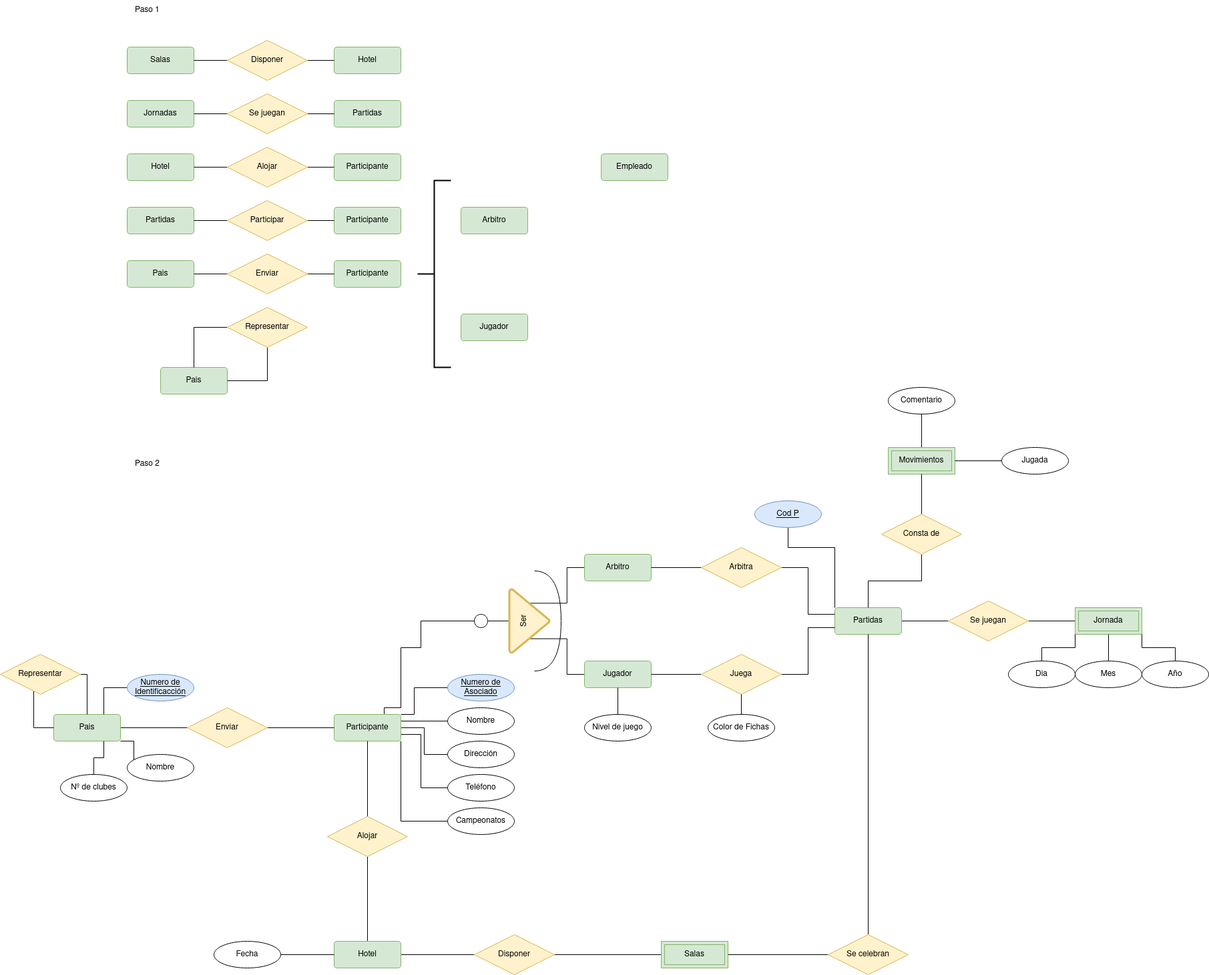
The draw.io diagram tareas base de datos/Actividades_Esquemas/Actividades_Esquemas/ejercicio_9.drawio.png in Angel-L-G/Base-Datos, before a commit. Source tidied: cells renumbered, new cells last; positions are measured from the earlier drawing's top-left corner, leaving out a move shared by most shapes.
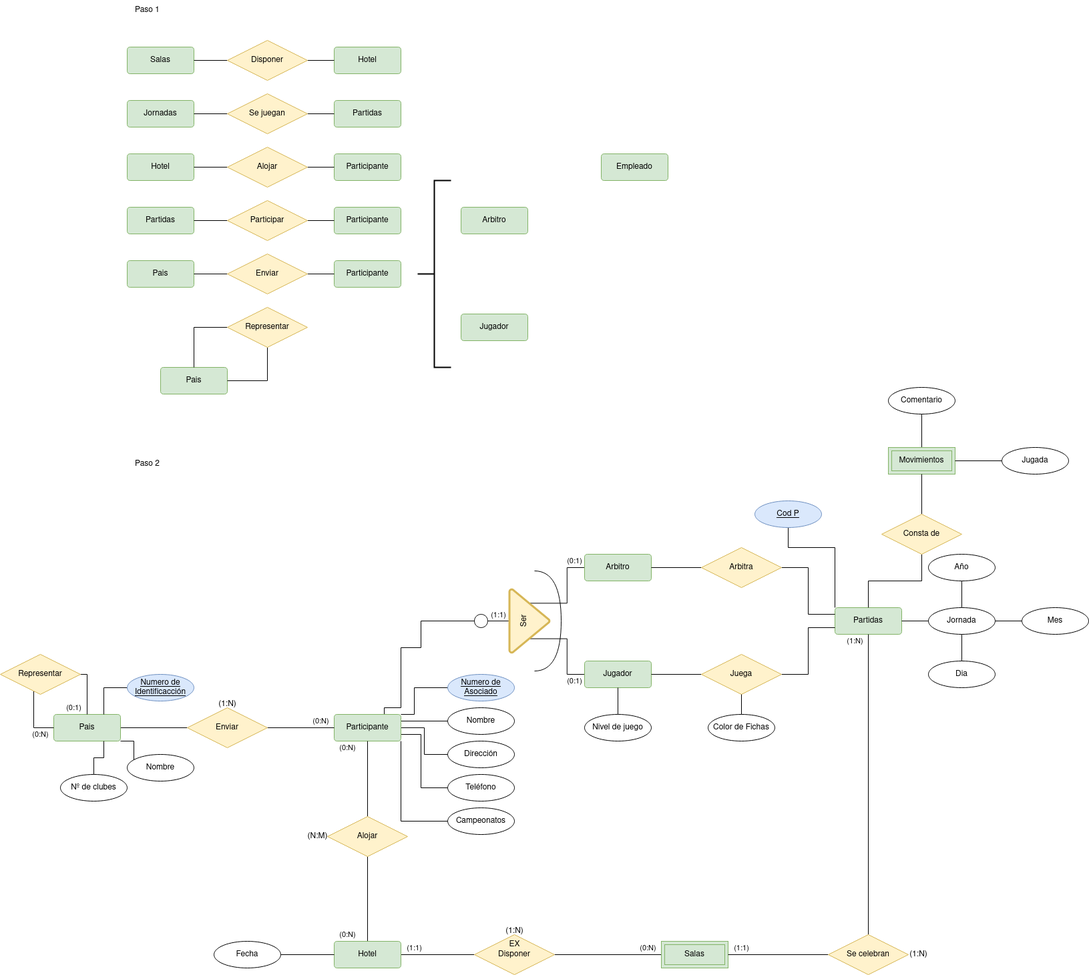
The same diagram one commit later.

The edit, as a diff of the source:
```diff
@@ -22,11 +22,11 @@
     <mxCell id="6" value="Empleado" style="rounded=1;arcSize=10;whiteSpace=wrap;html=1;align=center;fillColor=#d5e8d4;strokeColor=#82b366;strokeWidth=1;direction=west;" parent="1" vertex="1">
       <mxGeometry x="900" y="230" width="100" height="40" as="geometry" />
     </mxCell>
-    <mxCell id="7" style="edgeStyle=orthogonalEdgeStyle;rounded=0;jettySize=auto;html=1;entryX=1;entryY=0.5;entryDx=0;entryDy=0;endArrow=none;endFill=0;exitX=0.22;exitY=0.5;exitDx=0;exitDy=0;exitPerimeter=0;" parent="1" edge="1" source="10" target="58">
-      <mxGeometry relative="1" as="geometry" />
+    <mxCell id="7" value="(0:1)" style="edgeStyle=orthogonalEdgeStyle;rounded=0;jettySize=auto;html=1;entryX=1;entryY=0.5;entryDx=0;entryDy=0;endArrow=none;endFill=0;exitX=0.22;exitY=0.5;exitDx=0;exitDy=0;exitPerimeter=0;" parent="1" edge="1" source="10" target="58">
+      <mxGeometry x="0.78" y="10" relative="1" as="geometry" />
     </mxCell>
-    <mxCell id="8" style="edgeStyle=orthogonalEdgeStyle;rounded=0;jettySize=auto;html=1;entryX=1;entryY=0.5;entryDx=0;entryDy=0;endArrow=none;endFill=0;exitX=0.78;exitY=0.5;exitDx=0;exitDy=0;exitPerimeter=0;" parent="1" edge="1" source="10" target="57">
-      <mxGeometry relative="1" as="geometry" />
+    <mxCell id="8" value="(0:1)" style="edgeStyle=orthogonalEdgeStyle;rounded=0;jettySize=auto;html=1;entryX=1;entryY=0.5;entryDx=0;entryDy=0;endArrow=none;endFill=0;exitX=0.78;exitY=0.5;exitDx=0;exitDy=0;exitPerimeter=0;" parent="1" edge="1" source="10" target="57">
+      <mxGeometry x="0.78" y="-10" relative="1" as="geometry" />
     </mxCell>
     <mxCell id="9" style="edgeStyle=orthogonalEdgeStyle;rounded=0;jettySize=auto;html=1;entryX=1;entryY=0.5;entryDx=0;entryDy=0;entryPerimeter=0;endArrow=none;endFill=0;" parent="1" edge="1" source="10" target="11">
       <mxGeometry relative="1" as="geometry" />
@@ -177,14 +177,19 @@
         </Array>
       </mxGeometry>
     </mxCell>
+    <mxCell id="114" value="(1:1)" style="edgeLabel;html=1;align=center;verticalAlign=middle;" parent="52" vertex="1">
+      <mxGeometry x="0.59" y="2" relative="1" as="geometry">
+        <mxPoint x="92" y="-8" as="offset" />
+      </mxGeometry>
+    </mxCell>
     <mxCell id="53" value="Participante" style="rounded=1;arcSize=10;whiteSpace=wrap;html=1;align=center;fillColor=#d5e8d4;strokeColor=#82b366;strokeWidth=1;direction=west;" parent="1" vertex="1">
       <mxGeometry x="500" y="1070" width="100" height="40" as="geometry" />
     </mxCell>
     <mxCell id="54" style="edgeStyle=orthogonalEdgeStyle;rounded=0;jettySize=auto;html=1;entryX=0;entryY=0.5;entryDx=0;entryDy=0;endArrow=none;endFill=0;" parent="1" edge="1" source="56" target="59">
       <mxGeometry relative="1" as="geometry" />
     </mxCell>
-    <mxCell id="55" style="edgeStyle=orthogonalEdgeStyle;rounded=0;jettySize=auto;html=1;entryX=1;entryY=0.5;entryDx=0;entryDy=0;endArrow=none;endFill=0;" parent="1" edge="1" source="56" target="53">
-      <mxGeometry relative="1" as="geometry" />
+    <mxCell id="55" value="(0:N)" style="edgeStyle=orthogonalEdgeStyle;rounded=0;jettySize=auto;html=1;entryX=1;entryY=0.5;entryDx=0;entryDy=0;endArrow=none;endFill=0;" parent="1" edge="1" source="56" target="53">
+      <mxGeometry x="0.6" y="10" relative="1" as="geometry" />
     </mxCell>
     <mxCell id="56" value="Enviar" style="shape=rhombus;perimeter=rhombusPerimeter;whiteSpace=wrap;html=1;align=center;fillColor=#fff2cc;strokeColor=#d6b656;" parent="1" vertex="1">
       <mxGeometry x="280" y="1060" width="120" height="60" as="geometry" />
@@ -198,15 +203,15 @@
     <mxCell id="59" value="Pais" style="rounded=1;arcSize=10;whiteSpace=wrap;html=1;align=center;fillColor=#d5e8d4;strokeColor=#82b366;strokeWidth=1;direction=west;" parent="1" vertex="1">
       <mxGeometry x="80" y="1070" width="100" height="40" as="geometry" />
     </mxCell>
-    <mxCell id="60" style="edgeStyle=orthogonalEdgeStyle;rounded=0;jettySize=auto;html=1;entryX=0.5;entryY=1;entryDx=0;entryDy=0;endArrow=none;endFill=0;" parent="1" edge="1" source="62" target="59">
-      <mxGeometry relative="1" as="geometry">
+    <mxCell id="60" value="(0:1)" style="edgeStyle=orthogonalEdgeStyle;rounded=0;jettySize=auto;html=1;entryX=0.5;entryY=1;entryDx=0;entryDy=0;endArrow=none;endFill=0;" parent="1" edge="1" source="62" target="59">
+      <mxGeometry x="0.71" y="-20" relative="1" as="geometry">
         <Array as="points">
           <mxPoint x="130" y="1010" />
         </Array>
       </mxGeometry>
     </mxCell>
-    <mxCell id="61" style="edgeStyle=orthogonalEdgeStyle;rounded=0;jettySize=auto;html=1;entryX=1;entryY=0.5;entryDx=0;entryDy=0;endArrow=none;endFill=0;" parent="1" edge="1" source="62" target="59">
-      <mxGeometry relative="1" as="geometry">
+    <mxCell id="61" value="(0:N)" style="edgeStyle=orthogonalEdgeStyle;rounded=0;jettySize=auto;html=1;entryX=1;entryY=0.5;entryDx=0;entryDy=0;endArrow=none;endFill=0;" parent="1" edge="1" source="62" target="59">
+      <mxGeometry x="0.53" y="-10" relative="1" as="geometry">
         <Array as="points">
           <mxPoint x="50" y="1090" />
         </Array>
@@ -215,9 +220,6 @@
     <mxCell id="62" value="Representar" style="shape=rhombus;perimeter=rhombusPerimeter;whiteSpace=wrap;html=1;align=center;fillColor=#fff2cc;strokeColor=#d6b656;" parent="1" vertex="1">
       <mxGeometry y="980" width="120" height="60" as="geometry" />
     </mxCell>
-    <mxCell id="63" style="edgeStyle=orthogonalEdgeStyle;rounded=0;jettySize=auto;html=1;entryX=0;entryY=0.5;entryDx=0;entryDy=0;endArrow=none;endFill=0;" parent="1" edge="1" source="65" target="74">
-      <mxGeometry relative="1" as="geometry" />
-    </mxCell>
     <mxCell id="64" style="edgeStyle=orthogonalEdgeStyle;rounded=0;jettySize=auto;html=1;entryX=0.5;entryY=1;entryDx=0;entryDy=0;endArrow=none;endFill=0;" parent="1" edge="1" source="65" target="83">
       <mxGeometry relative="1" as="geometry">
         <Array as="points">
@@ -229,33 +231,27 @@
     <mxCell id="65" value="Partidas" style="rounded=1;arcSize=10;whiteSpace=wrap;html=1;align=center;fillColor=#d5e8d4;strokeColor=#82b366;strokeWidth=1;direction=west;" parent="1" vertex="1">
       <mxGeometry x="1250" y="910" width="100" height="40" as="geometry" />
     </mxCell>
-    <mxCell id="66" style="edgeStyle=orthogonalEdgeStyle;rounded=0;jettySize=auto;html=1;entryX=0.5;entryY=0;entryDx=0;entryDy=0;endArrow=none;endFill=0;" parent="1" edge="1" source="68" target="53">
-      <mxGeometry relative="1" as="geometry" />
+    <mxCell id="66" value="(0:N)" style="edgeStyle=orthogonalEdgeStyle;rounded=0;jettySize=auto;html=1;entryX=0.5;entryY=0;entryDx=0;entryDy=0;endArrow=none;endFill=0;" parent="1" edge="1" source="68" target="53">
+      <mxGeometry x="0.82" y="30" relative="1" as="geometry" />
     </mxCell>
-    <mxCell id="67" style="edgeStyle=orthogonalEdgeStyle;rounded=0;jettySize=auto;html=1;entryX=0.5;entryY=1;entryDx=0;entryDy=0;endArrow=none;endFill=0;exitX=0.5;exitY=1;exitDx=0;exitDy=0;" parent="1" edge="1" source="68" target="70">
-      <mxGeometry relative="1" as="geometry" />
+    <mxCell id="67" value="(0:N)" style="edgeStyle=orthogonalEdgeStyle;rounded=0;jettySize=auto;html=1;entryX=0.5;entryY=1;entryDx=0;entryDy=0;endArrow=none;endFill=0;exitX=0.5;exitY=1;exitDx=0;exitDy=0;" parent="1" edge="1" source="68" target="70">
+      <mxGeometry x="0.84" y="-30" relative="1" as="geometry" />
     </mxCell>
     <mxCell id="68" value="Alojar" style="shape=rhombus;perimeter=rhombusPerimeter;whiteSpace=wrap;html=1;align=center;fillColor=#fff2cc;strokeColor=#d6b656;" parent="1" vertex="1">
       <mxGeometry x="490" y="1223" width="120" height="60" as="geometry" />
     </mxCell>
-    <mxCell id="69" style="edgeStyle=orthogonalEdgeStyle;rounded=0;jettySize=auto;html=1;entryX=0;entryY=0.5;entryDx=0;entryDy=0;endArrow=none;endFill=0;" parent="1" edge="1" source="70" target="72">
-      <mxGeometry relative="1" as="geometry" />
+    <mxCell id="69" value="(1:1)" style="edgeStyle=orthogonalEdgeStyle;rounded=0;jettySize=auto;html=1;entryX=0;entryY=0.5;entryDx=0;entryDy=0;endArrow=none;endFill=0;" parent="1" edge="1" source="70" target="72">
+      <mxGeometry x="-0.64" y="10" relative="1" as="geometry" />
     </mxCell>
     <mxCell id="70" value="Hotel" style="rounded=1;arcSize=10;whiteSpace=wrap;html=1;align=center;fillColor=#d5e8d4;strokeColor=#82b366;strokeWidth=1;direction=west;" parent="1" vertex="1">
       <mxGeometry x="500" y="1410" width="100" height="40" as="geometry" />
     </mxCell>
-    <mxCell id="71" style="edgeStyle=orthogonalEdgeStyle;rounded=0;jettySize=auto;html=1;entryX=0;entryY=0.5;entryDx=0;entryDy=0;endArrow=none;endFill=0;" parent="1" edge="1" source="72" target="94">
-      <mxGeometry relative="1" as="geometry" />
+    <mxCell id="71" value="(0:N)" style="edgeStyle=orthogonalEdgeStyle;rounded=0;jettySize=auto;html=1;entryX=0;entryY=0.5;entryDx=0;entryDy=0;endArrow=none;endFill=0;" parent="1" edge="1" source="72" target="94">
+      <mxGeometry x="0.75" y="10" relative="1" as="geometry" />
     </mxCell>
     <mxCell id="72" value="Disponer" style="shape=rhombus;perimeter=rhombusPerimeter;whiteSpace=wrap;html=1;align=center;fillColor=#fff2cc;strokeColor=#d6b656;" parent="1" vertex="1">
       <mxGeometry x="710" y="1400" width="120" height="60" as="geometry" />
     </mxCell>
-    <mxCell id="73" style="edgeStyle=orthogonalEdgeStyle;rounded=0;jettySize=auto;html=1;entryX=0;entryY=0.5;entryDx=0;entryDy=0;endArrow=none;endFill=0;" parent="1" edge="1" source="74" target="104">
-      <mxGeometry relative="1" as="geometry" />
-    </mxCell>
-    <mxCell id="74" value="Se juegan" style="shape=rhombus;perimeter=rhombusPerimeter;whiteSpace=wrap;html=1;align=center;fillColor=#fff2cc;strokeColor=#d6b656;" parent="1" vertex="1">
-      <mxGeometry x="1420" y="900" width="120" height="60" as="geometry" />
-    </mxCell>
     <mxCell id="75" style="edgeStyle=orthogonalEdgeStyle;rounded=0;jettySize=auto;html=1;entryX=0.5;entryY=0;entryDx=0;entryDy=0;endArrow=none;endFill=0;" parent="1" edge="1" source="76" target="57">
       <mxGeometry relative="1" as="geometry" />
     </mxCell>
@@ -320,11 +316,11 @@
     <mxCell id="94" value="Salas" style="shape=ext;margin=3;double=1;whiteSpace=wrap;html=1;align=center;fillColor=#d5e8d4;strokeColor=#82b366;" parent="1" vertex="1">
       <mxGeometry x="990" y="1410" width="100" height="40" as="geometry" />
     </mxCell>
-    <mxCell id="95" style="edgeStyle=orthogonalEdgeStyle;rounded=0;jettySize=auto;html=1;entryX=0.5;entryY=0;entryDx=0;entryDy=0;endArrow=none;endFill=0;" parent="1" edge="1" source="97" target="65">
-      <mxGeometry relative="1" as="geometry" />
+    <mxCell id="95" value="(1:N)" style="edgeStyle=orthogonalEdgeStyle;rounded=0;jettySize=auto;html=1;entryX=0.5;entryY=0;entryDx=0;entryDy=0;endArrow=none;endFill=0;" parent="1" edge="1" source="97" target="65">
+      <mxGeometry x="0.96" y="20" relative="1" as="geometry" />
     </mxCell>
-    <mxCell id="96" style="edgeStyle=orthogonalEdgeStyle;rounded=0;jettySize=auto;html=1;entryX=1;entryY=0.5;entryDx=0;entryDy=0;endArrow=none;endFill=0;" parent="1" edge="1" source="97" target="94">
-      <mxGeometry relative="1" as="geometry" />
+    <mxCell id="96" value="(1:1)" style="edgeStyle=orthogonalEdgeStyle;rounded=0;jettySize=auto;html=1;entryX=1;entryY=0.5;entryDx=0;entryDy=0;endArrow=none;endFill=0;" parent="1" edge="1" source="97" target="94">
+      <mxGeometry x="0.73" y="-10" relative="1" as="geometry" />
     </mxCell>
     <mxCell id="97" value="Se celebran " style="shape=rhombus;perimeter=rhombusPerimeter;whiteSpace=wrap;html=1;align=center;fillColor=#fff2cc;strokeColor=#d6b656;" parent="1" vertex="1">
       <mxGeometry x="1240" y="1400" width="120" height="60" as="geometry" />
@@ -347,26 +343,23 @@
     <mxCell id="103" value="Consta de" style="shape=rhombus;perimeter=rhombusPerimeter;whiteSpace=wrap;html=1;align=center;fillColor=#fff2cc;strokeColor=#d6b656;" parent="1" vertex="1">
       <mxGeometry x="1320" y="770" width="120" height="60" as="geometry" />
     </mxCell>
-    <mxCell id="104" value="Jornada" style="shape=ext;margin=3;double=1;whiteSpace=wrap;html=1;align=center;fillColor=#d5e8d4;strokeColor=#82b366;" parent="1" vertex="1">
-      <mxGeometry x="1610" y="910" width="100" height="40" as="geometry" />
-    </mxCell>
-    <mxCell id="105" style="edgeStyle=orthogonalEdgeStyle;rounded=0;jettySize=auto;html=1;entryX=1;entryY=1;entryDx=0;entryDy=0;endArrow=none;endFill=0;" parent="1" edge="1" source="106" target="104">
+    <mxCell id="105" style="edgeStyle=orthogonalEdgeStyle;rounded=0;jettySize=auto;html=1;endArrow=none;endFill=0;" parent="1" edge="1" source="106" target="104">
       <mxGeometry relative="1" as="geometry" />
     </mxCell>
     <mxCell id="106" value="Año" style="ellipse;whiteSpace=wrap;html=1;align=center;strokeWidth=1;" parent="1" vertex="1">
-      <mxGeometry x="1710" y="990" width="100" height="40" as="geometry" />
+      <mxGeometry x="1390" y="830" width="100" height="40" as="geometry" />
     </mxCell>
-    <mxCell id="107" style="edgeStyle=orthogonalEdgeStyle;rounded=0;jettySize=auto;html=1;entryX=0.5;entryY=1;entryDx=0;entryDy=0;endArrow=none;endFill=0;" parent="1" edge="1" source="108" target="104">
+    <mxCell id="107" style="edgeStyle=orthogonalEdgeStyle;rounded=0;jettySize=auto;html=1;endArrow=none;endFill=0;" parent="1" edge="1" source="108" target="104">
       <mxGeometry relative="1" as="geometry" />
     </mxCell>
     <mxCell id="108" value="Mes" style="ellipse;whiteSpace=wrap;html=1;align=center;strokeWidth=1;" parent="1" vertex="1">
-      <mxGeometry x="1610" y="990" width="100" height="40" as="geometry" />
+      <mxGeometry x="1530" y="910" width="100" height="40" as="geometry" />
     </mxCell>
-    <mxCell id="109" style="edgeStyle=orthogonalEdgeStyle;rounded=0;jettySize=auto;html=1;entryX=0;entryY=1;entryDx=0;entryDy=0;endArrow=none;endFill=0;" parent="1" edge="1" source="110" target="104">
+    <mxCell id="109" style="edgeStyle=orthogonalEdgeStyle;rounded=0;jettySize=auto;html=1;endArrow=none;endFill=0;" parent="1" edge="1" source="110" target="104">
       <mxGeometry relative="1" as="geometry" />
     </mxCell>
     <mxCell id="110" value="Dia" style="ellipse;whiteSpace=wrap;html=1;align=center;strokeWidth=1;" parent="1" vertex="1">
-      <mxGeometry x="1510" y="990" width="100" height="40" as="geometry" />
+      <mxGeometry x="1390" y="990" width="100" height="40" as="geometry" />
     </mxCell>
     <mxCell id="111" style="edgeStyle=orthogonalEdgeStyle;rounded=0;jettySize=auto;html=1;entryX=1;entryY=0.5;entryDx=0;entryDy=0;endArrow=none;endFill=0;" parent="1" edge="1" source="112" target="100">
       <mxGeometry relative="1" as="geometry" />
@@ -377,5 +370,26 @@
     <mxCell id="113" value="Comentario" style="ellipse;whiteSpace=wrap;html=1;align=center;strokeWidth=1;" parent="1" vertex="1">
       <mxGeometry x="1330" y="580" width="100" height="40" as="geometry" />
     </mxCell>
+    <mxCell id="115" value="(1:N)" style="text;html=1;align=center;verticalAlign=middle;strokeColor=none;fillColor=none;" parent="1" vertex="1">
+      <mxGeometry x="315" y="1040" width="50" height="30" as="geometry" />
+    </mxCell>
+    <mxCell id="116" value="EX" style="text;html=1;align=center;verticalAlign=middle;strokeColor=none;fillColor=none;" parent="1" vertex="1">
+      <mxGeometry x="750" y="1400" width="40" height="30" as="geometry" />
+    </mxCell>
+    <mxCell id="117" value="(N:M)" style="text;html=1;align=center;verticalAlign=middle;strokeColor=none;fillColor=none;" parent="1" vertex="1">
+      <mxGeometry x="450" y="1238" width="50" height="30" as="geometry" />
+    </mxCell>
+    <mxCell id="118" value="(1:N)" style="text;html=1;align=center;verticalAlign=middle;strokeColor=none;fillColor=none;" parent="1" vertex="1">
+      <mxGeometry x="745" y="1380" width="50" height="30" as="geometry" />
+    </mxCell>
+    <mxCell id="119" value="(1:N)" style="text;html=1;align=center;verticalAlign=middle;strokeColor=none;fillColor=none;" parent="1" vertex="1">
+      <mxGeometry x="1350" y="1415" width="50" height="30" as="geometry" />
+    </mxCell>
+    <mxCell id="120" style="edgeStyle=orthogonalEdgeStyle;rounded=0;jettySize=auto;html=1;endArrow=none;endFill=0;" parent="1" edge="1" source="104" target="65">
+      <mxGeometry relative="1" as="geometry" />
+    </mxCell>
+    <mxCell id="104" value="Jornada" style="ellipse;whiteSpace=wrap;html=1;align=center;strokeWidth=1;" parent="1" vertex="1">
+      <mxGeometry x="1390" y="910" width="100" height="40" as="geometry" />
+    </mxCell>
   </root>
 </mxGraphModel>
```
